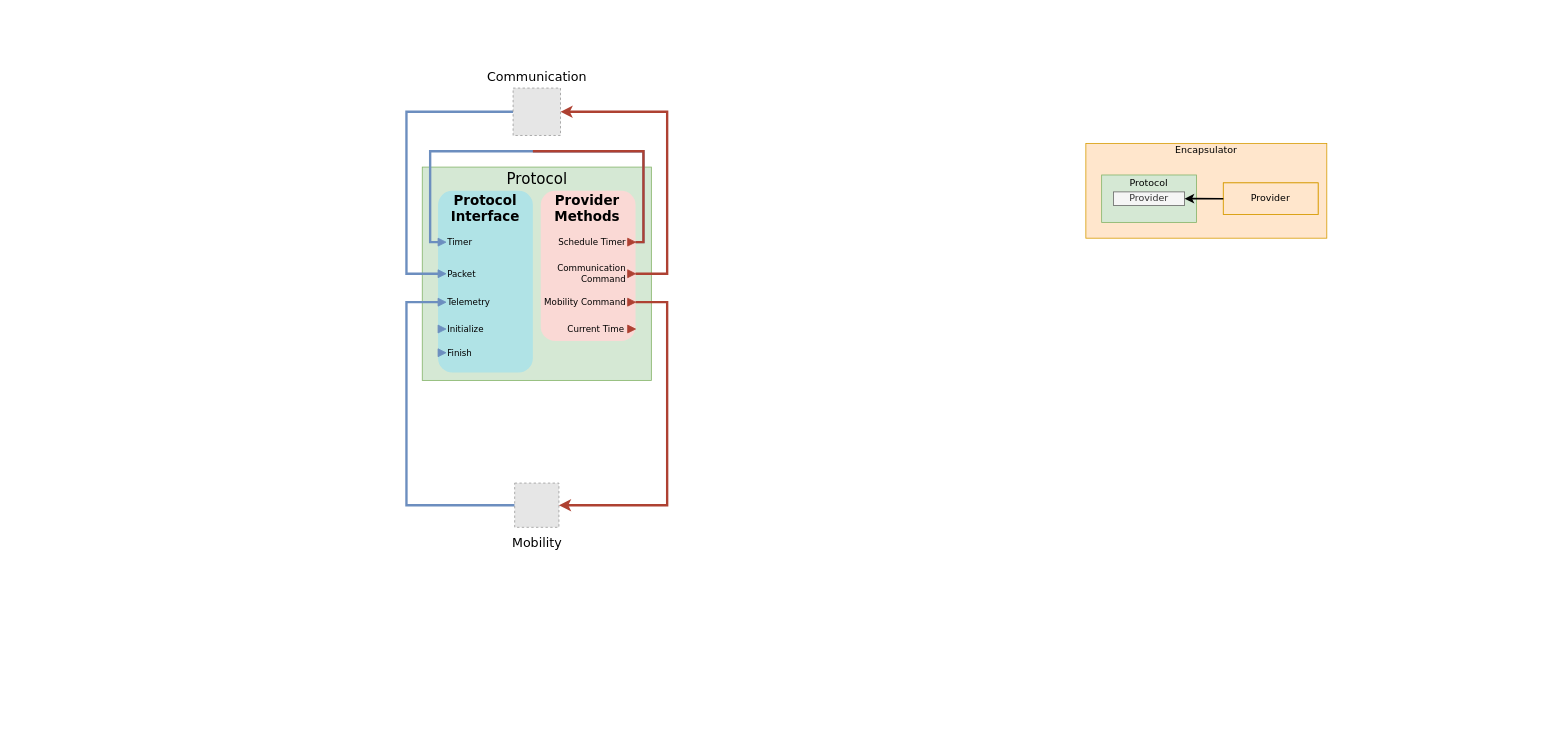
Earlier version of the draw.io diagram Diagrama Gradys-SIM v2.drawio (Project-GrADyS/gradys-sim-nextgen). Source tidied: cells renumbered, new cells numbered last; positions are measured from the earlier drawing's top-left corner, leaving out a move shared by most shapes. Both pictures are drawn from the tidied source at 79%, with x=0, y=0 at pixel (406, 64). Pictures stored in the file or linked from it are replaced by grey dashed boxes.
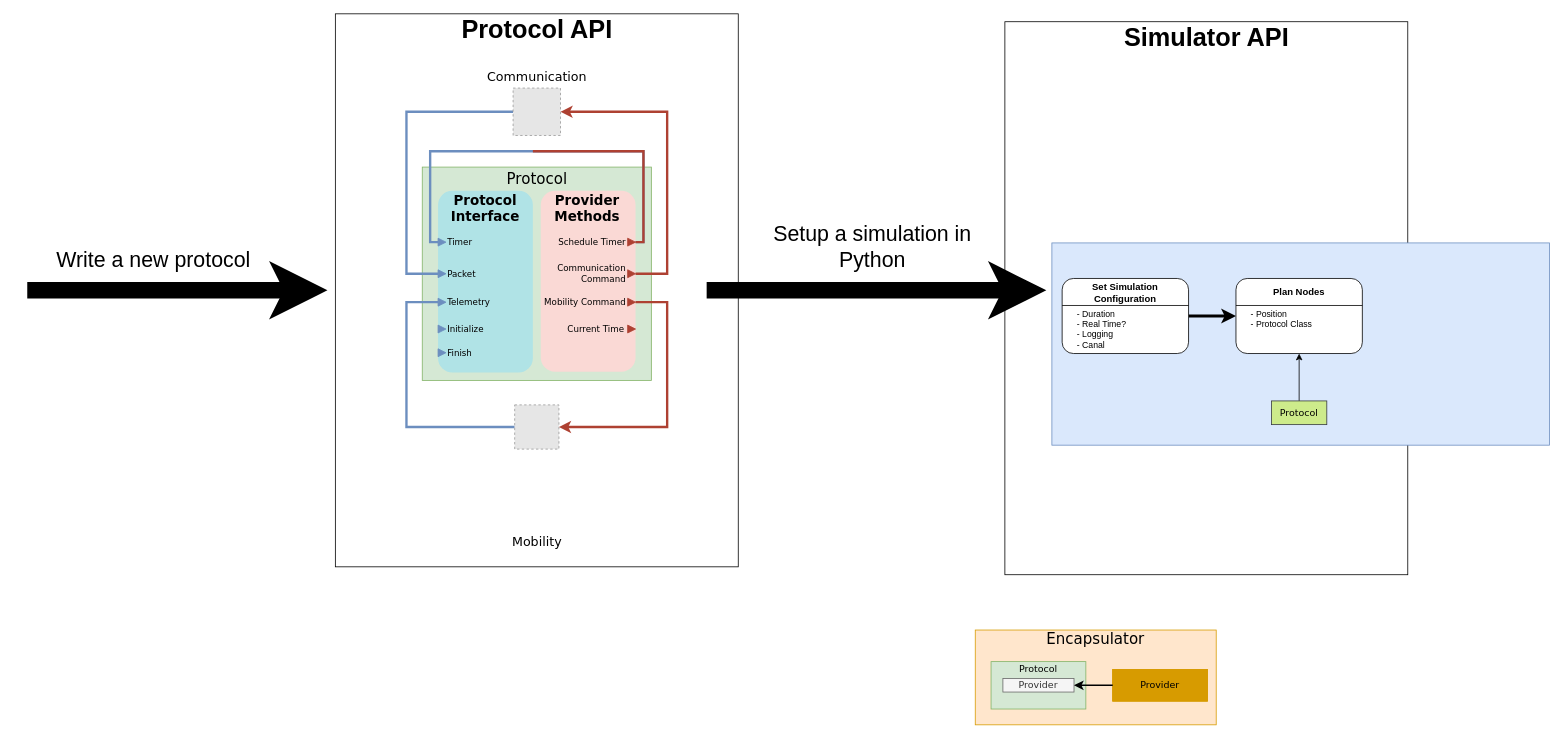
The same page after the edit.

Commit message:
Progress on the diagram

Unchanged cells that the change refers to:
```xml
<mxCell id="19" style="triangle;whiteSpace=wrap;html=1;fillColor=#6c8ebf;strokeColor=#6c8ebf;fontFamily=Verdana;" parent="1" vertex="1">
  <mxGeometry x="40" y="296" width="10" height="10" as="geometry" />
</mxCell>
<mxCell id="33" style="triangle;whiteSpace=wrap;html=1;fillColor=#AE4132;strokeColor=#ae4132;fontFamily=Verdana;" parent="1" vertex="1">
  <mxGeometry x="280" y="296" width="10" height="10" as="geometry" />
</mxCell>
```

What changed in the source:
```diff
@@
+    <mxCell id="46" style="rounded=0;whiteSpace=wrap;html=1;" parent="1" vertex="1">
+      <mxGeometry x="757.5" y="-54" width="510" height="700" as="geometry" />
+    </mxCell>
+    <mxCell id="47" style="rounded=0;whiteSpace=wrap;html=1;" parent="1" vertex="1">
+      <mxGeometry x="-90" y="-64" width="510" height="700" as="geometry" />
+    </mxCell>
@@
     <mxCell id="3" style="rounded=1;whiteSpace=wrap;html=1;strokeColor=none;fillColor=#fad9d5;fontFamily=Verdana;" parent="1" vertex="1">
-      <mxGeometry x="170" y="160" width="120" height="190" as="geometry" />
+      <mxGeometry x="170" y="160" width="120" height="229" as="geometry" />
     </mxCell>
@@
     <mxCell id="6" style="group;verticalAlign=middle;horizontal=0;fillColor=#ffe6cc;strokeColor=#d79b00;fontFamily=Verdana;" parent="1" vertex="1">
-      <mxGeometry x="860" y="100" width="305" height="120" as="geometry" />
+      <mxGeometry x="720" y="716" width="305" height="120" as="geometry" />
     </mxCell>
-    <mxCell id="7" value="Encapsulator" style="text;html=1;strokeColor=none;fillColor=none;align=center;verticalAlign=middle;whiteSpace=wrap;rounded=0;fontFamily=Verdana;" parent="1" vertex="1">
-      <mxGeometry x="936.2" y="100" width="152.5" height="18.1" as="geometry" />
+    <mxCell id="7" value="&lt;font style=&quot;font-size: 19px;&quot;&gt;Encapsulator&lt;/font&gt;" style="text;html=1;strokeColor=none;fillColor=none;align=center;verticalAlign=middle;whiteSpace=wrap;rounded=0;fontFamily=Verdana;" parent="1" vertex="1">
+      <mxGeometry x="796.2" y="716" width="152.5" height="21" as="geometry" />
     </mxCell>
-    <mxCell id="8" style="group;verticalAlign=middle;horizontal=0;fillColor=#ffe6cc;strokeColor=#d79b00;fontFamily=Verdana;" parent="1" vertex="1">
-      <mxGeometry x="1034" y="150" width="120" height="40" as="geometry" />
+    <mxCell id="8" style="group;verticalAlign=middle;horizontal=0;fillColor=#D79B00;strokeColor=#d79b00;fontFamily=Verdana;" parent="1" vertex="1">
+      <mxGeometry x="894" y="766" width="120" height="40" as="geometry" />
     </mxCell>
-    <mxCell id="9" style="rounded=0;whiteSpace=wrap;html=1;fillColor=#ffe6cc;strokeColor=#d79b00;fontFamily=Verdana;" parent="8" vertex="1">
+    <mxCell id="9" style="rounded=0;whiteSpace=wrap;html=1;fillColor=#D79B00;strokeColor=#d79b00;fontFamily=Verdana;" parent="8" vertex="1">
       <mxGeometry width="120" height="40" as="geometry" />
     </mxCell>
@@
     <mxCell id="11" style="group;verticalAlign=middle;horizontal=0;fontFamily=Verdana;" parent="1" vertex="1">
-      <mxGeometry x="880" y="140" width="130" height="60" as="geometry" />
+      <mxGeometry x="740" y="756" width="130" height="60" as="geometry" />
     </mxCell>
@@
     <mxCell id="25" style="edgeStyle=orthogonalEdgeStyle;rounded=0;jettySize=auto;html=1;exitX=0;exitY=0.5;exitDx=0;exitDy=0;entryX=0;entryY=0.5;entryDx=0;entryDy=0;endArrow=none;endFill=0;fillColor=#dae8fc;strokeColor=#6c8ebf;strokeWidth=3;fontFamily=Verdana;" parent="1" edge="1" source="26" target="19">
       <mxGeometry relative="1" as="geometry">
         <Array as="points">
-          <mxPoint y="558" />
+          <mxPoint y="459" />
           <mxPoint y="301" />
         </Array>
       </mxGeometry>
     </mxCell>
     <mxCell id="26" style="fillColor=#E6E6E6;strokeColor=#999999;dashed=1;verticalLabelPosition=bottom;labelBackgroundColor=#ffffff;verticalAlign=top;fontFamily=Verdana;" parent="1" vertex="1">
-      <mxGeometry x="137" y="530" width="56" height="56" as="geometry" />
+      <mxGeometry x="137" y="431" width="56" height="56" as="geometry" />
     </mxCell>
@@
     <mxCell id="32" style="edgeStyle=orthogonalEdgeStyle;rounded=0;jettySize=auto;html=1;exitX=1;exitY=0.5;exitDx=0;exitDy=0;entryX=1;entryY=0.5;entryDx=0;entryDy=0;strokeWidth=3;strokeColor=#ae4132;fillColor=#fad9d5;fontFamily=Verdana;" parent="1" edge="1" source="33" target="26">
       <mxGeometry relative="1" as="geometry">
         <Array as="points">
           <mxPoint x="330" y="301" />
-          <mxPoint x="330" y="558" />
+          <mxPoint x="330" y="459" />
         </Array>
       </mxGeometry>
     </mxCell>
@@
     <mxCell id="38" value="&lt;font style=&quot;font-size: 16px;&quot;&gt;Mobility&lt;/font&gt;" style="text;html=1;strokeColor=none;fillColor=none;align=center;verticalAlign=middle;whiteSpace=wrap;rounded=0;fontFamily=Verdana;" parent="1" vertex="1">
-      <mxGeometry x="98.5" y="590" width="133" height="30" as="geometry" />
+      <mxGeometry x="98.5" y="589" width="133" height="30" as="geometry" />
     </mxCell>
@@
+    <mxCell id="48" value="&lt;font style=&quot;font-size: 32px;&quot;&gt;&lt;b&gt;Protocol API&lt;/b&gt;&lt;/font&gt;" style="text;html=1;strokeColor=none;fillColor=none;align=center;verticalAlign=middle;whiteSpace=wrap;rounded=0;" parent="1" vertex="1">
+      <mxGeometry x="62.5" y="-64" width="205" height="40" as="geometry" />
+    </mxCell>
+    <mxCell id="49" value="&lt;font style=&quot;font-size: 32px;&quot;&gt;&lt;b&gt;Simulator API&lt;/b&gt;&lt;/font&gt;" style="text;html=1;strokeColor=none;fillColor=none;align=center;verticalAlign=middle;whiteSpace=wrap;rounded=0;" parent="1" vertex="1">
+      <mxGeometry x="897.5" y="-54" width="230" height="40" as="geometry" />
+    </mxCell>
+    <mxCell id="50" style="endArrow=classic;html=1;rounded=0;strokeWidth=21;" parent="1" edge="1">
+      <mxGeometry relative="1" as="geometry">
+        <mxPoint x="380" y="286" as="sourcePoint" />
+        <mxPoint x="810" y="286" as="targetPoint" />
+      </mxGeometry>
+    </mxCell>
+    <mxCell id="51" value="&lt;font style=&quot;font-size: 27px;&quot;&gt;Setup a simulation in Python&lt;/font&gt;" style="text;html=1;strokeColor=none;fillColor=none;align=center;verticalAlign=middle;whiteSpace=wrap;rounded=0;" parent="1" vertex="1">
+      <mxGeometry x="445" y="191" width="290" height="79" as="geometry" />
+    </mxCell>
+    <mxCell id="52" style="endArrow=classic;html=1;rounded=0;strokeWidth=21;" parent="1" edge="1">
+      <mxGeometry relative="1" as="geometry">
+        <mxPoint x="-480" y="286" as="sourcePoint" />
+        <mxPoint x="-100" y="286" as="targetPoint" />
+      </mxGeometry>
+    </mxCell>
+    <mxCell id="53" value="&lt;font style=&quot;font-size: 27px;&quot;&gt;Write a new protocol&lt;/font&gt;" style="text;html=1;strokeColor=none;fillColor=none;align=center;verticalAlign=middle;whiteSpace=wrap;rounded=0;" parent="1" vertex="1">
+      <mxGeometry x="-465" y="226" width="290" height="44" as="geometry" />
+    </mxCell>
+    <mxCell id="54" style="rounded=0;whiteSpace=wrap;html=1;fillColor=#dae8fc;strokeColor=#6c8ebf;" parent="1" vertex="1">
+      <mxGeometry x="817" y="226" width="630" height="256" as="geometry" />
+    </mxCell>
+    <mxCell id="55" style="edgeStyle=orthogonalEdgeStyle;rounded=0;jettySize=auto;html=1;exitX=1;exitY=0.5;exitDx=0;exitDy=0;entryX=0;entryY=0.5;entryDx=0;entryDy=0;strokeWidth=4;" parent="1" edge="1" source="56" target="60">
+      <mxGeometry relative="1" as="geometry" />
+    </mxCell>
+    <mxCell id="56" style="rounded=1;whiteSpace=wrap;html=1;" parent="1" vertex="1">
+      <mxGeometry x="830" y="271" width="160" height="95" as="geometry" />
+    </mxCell>
+    <mxCell id="57" value="Set Simulation Configuration" style="text;html=1;strokeColor=none;fillColor=none;align=center;verticalAlign=middle;whiteSpace=wrap;rounded=0;fontStyle=1;" parent="1" vertex="1">
+      <mxGeometry x="850" y="271" width="120" height="35" as="geometry" />
+    </mxCell>
+    <mxCell id="58" value="&lt;span style=&quot;background-color: initial;&quot;&gt;- Duration&lt;/span&gt;&lt;br&gt;&lt;span style=&quot;background-color: initial;&quot;&gt;- Real Time?&lt;/span&gt;&lt;br&gt;&lt;span style=&quot;background-color: initial;&quot;&gt;- Logging&lt;br&gt;- Canal&lt;br&gt;&lt;/span&gt;" style="text;html=1;strokeColor=none;fillColor=none;align=left;verticalAlign=top;whiteSpace=wrap;rounded=0;fontSize=11;" parent="1" vertex="1">
+      <mxGeometry x="847" y="303" width="126" height="76" as="geometry" />
+    </mxCell>
+    <mxCell id="59" style="endArrow=none;html=1;rounded=0;exitX=0;exitY=0.25;exitDx=0;exitDy=0;entryX=1;entryY=0.25;entryDx=0;entryDy=0;" parent="1" edge="1">
+      <mxGeometry relative="1" as="geometry">
+        <mxPoint x="830" y="305.2" as="sourcePoint" />
+        <mxPoint x="990" y="305.2" as="targetPoint" />
+      </mxGeometry>
+    </mxCell>
+    <mxCell id="60" style="rounded=1;whiteSpace=wrap;html=1;" parent="1" vertex="1">
+      <mxGeometry x="1050" y="271" width="160" height="95" as="geometry" />
+    </mxCell>
+    <mxCell id="61" value="Plan Nodes" style="text;html=1;strokeColor=none;fillColor=none;align=center;verticalAlign=middle;whiteSpace=wrap;rounded=0;fontStyle=1;" parent="1" vertex="1">
+      <mxGeometry x="1070" y="271" width="120" height="35" as="geometry" />
+    </mxCell>
+    <mxCell id="62" value="&lt;span style=&quot;background-color: initial;&quot;&gt;- Position&lt;br&gt;- Protocol Class&lt;br&gt;&lt;/span&gt;" style="text;html=1;strokeColor=none;fillColor=none;align=left;verticalAlign=top;whiteSpace=wrap;rounded=0;fontSize=11;" parent="1" vertex="1">
+      <mxGeometry x="1067" y="303" width="126" height="53" as="geometry" />
+    </mxCell>
+    <mxCell id="63" style="endArrow=none;html=1;rounded=0;exitX=0;exitY=0.25;exitDx=0;exitDy=0;entryX=1;entryY=0.25;entryDx=0;entryDy=0;" parent="1" edge="1">
+      <mxGeometry relative="1" as="geometry">
+        <mxPoint x="1050" y="305.2" as="sourcePoint" />
+        <mxPoint x="1210" y="305.2" as="targetPoint" />
+      </mxGeometry>
+    </mxCell>
+    <mxCell id="64" style="edgeStyle=orthogonalEdgeStyle;rounded=0;jettySize=auto;html=1;exitX=0.5;exitY=0;exitDx=0;exitDy=0;entryX=0.5;entryY=1;entryDx=0;entryDy=0;" parent="1" edge="1" source="65" target="60">
+      <mxGeometry relative="1" as="geometry" />
+    </mxCell>
+    <mxCell id="65" style="rounded=0;whiteSpace=wrap;html=1;fillColor=#cdeb8b;strokeColor=#36393d;fontFamily=Verdana;" parent="1" vertex="1">
+      <mxGeometry x="1095" y="426" width="70" height="30" as="geometry" />
+    </mxCell>
+    <mxCell id="66" value="Protocol" style="text;html=1;strokeColor=none;fillColor=none;align=center;verticalAlign=middle;whiteSpace=wrap;rounded=0;fontFamily=Verdana;" parent="1" vertex="1">
+      <mxGeometry x="1100" y="431" width="60" height="20" as="geometry" />
+    </mxCell>
```
